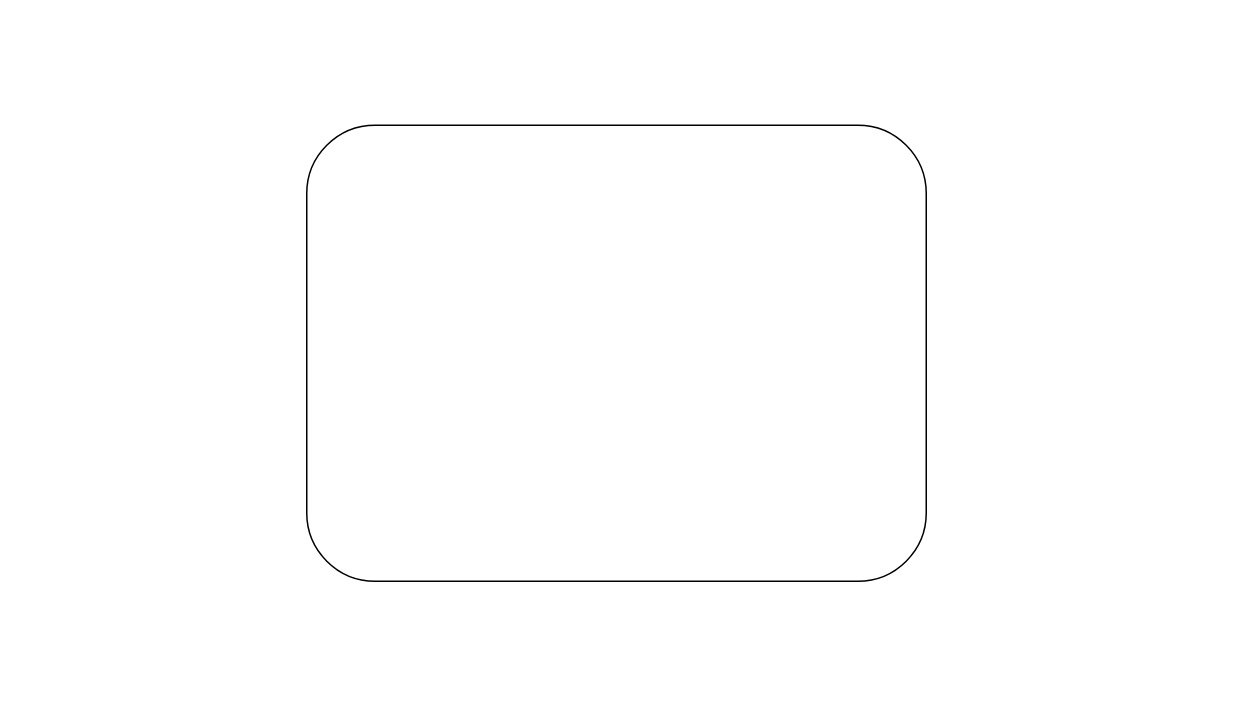
Earlier version of the draw.io diagram Biểu đồ không có tiêu đề.drawio (hyZme/ForIMU). Source tidied: cells renumbered, new cells numbered last; positions are measured from the earlier drawing's top-left corner, leaving out a move shared by most shapes. Both pictures are drawn from the tidied source at 150%, with x=0, y=0 at pixel (306, 124).
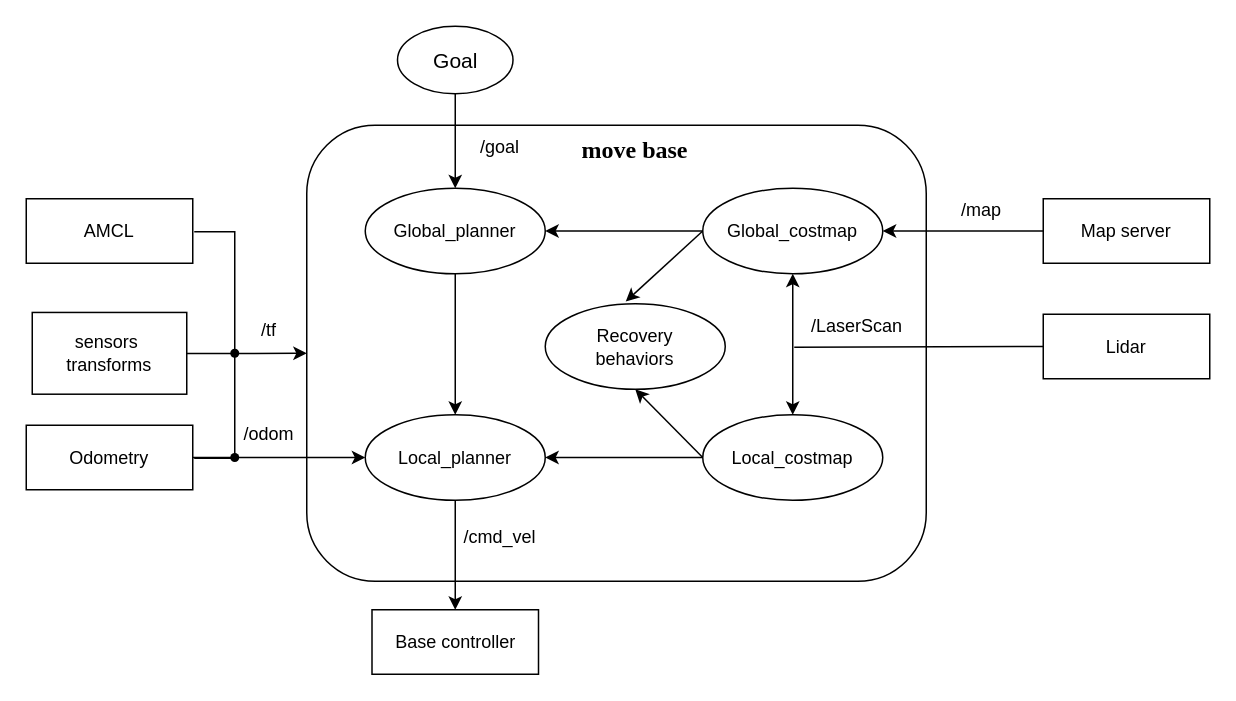
After the change.

The change refers to these unchanged cells:
```xml
<mxCell id="2" style="rounded=1;whiteSpace=wrap;html=1;" parent="1" vertex="1">
  <mxGeometry width="413" height="304" as="geometry" />
</mxCell>
```

What changed in the source:
```diff
@@
+    <mxCell id="3" style="edgeStyle=orthogonalEdgeStyle;rounded=0;jettySize=auto;html=1;" parent="1" edge="1" source="4" target="21">
+      <mxGeometry relative="1" as="geometry" />
+    </mxCell>
+    <mxCell id="4" value="&lt;font style=&quot;font-size: 14px;&quot;&gt;Goal&lt;/font&gt;" style="ellipse;whiteSpace=wrap;html=1;" parent="1" vertex="1">
+      <mxGeometry x="60.5" y="-66" width="77" height="45" as="geometry" />
+    </mxCell>
+    <mxCell id="5" value="&lt;font size=&quot;1&quot; style=&quot;&quot; face=&quot;Times New Roman&quot;&gt;&lt;b style=&quot;font-size: 16px;&quot;&gt;move base&lt;/b&gt;&lt;/font&gt;" style="text;html=1;align=center;verticalAlign=middle;whiteSpace=wrap;rounded=0;" parent="1" vertex="1">
+      <mxGeometry x="167" y="-10" width="104" height="52" as="geometry" />
+    </mxCell>
+    <mxCell id="6" style="edgeStyle=orthogonalEdgeStyle;rounded=0;jettySize=auto;html=1;entryX=1;entryY=0.5;entryDx=0;entryDy=0;" parent="1" edge="1" source="7" target="10">
+      <mxGeometry relative="1" as="geometry" />
+    </mxCell>
+    <mxCell id="7" value="Map server" style="rounded=0;whiteSpace=wrap;html=1;" parent="1" vertex="1">
+      <mxGeometry x="491" y="49" width="111" height="43" as="geometry" />
+    </mxCell>
+    <mxCell id="8" value="/map" style="text;html=1;align=center;verticalAlign=middle;whiteSpace=wrap;rounded=0;" parent="1" vertex="1">
+      <mxGeometry x="420" y="42" width="60" height="30" as="geometry" />
+    </mxCell>
+    <mxCell id="9" style="edgeStyle=orthogonalEdgeStyle;rounded=0;jettySize=auto;html=1;" parent="1" edge="1" source="10" target="21">
+      <mxGeometry relative="1" as="geometry" />
+    </mxCell>
+    <mxCell id="10" value="Global_costmap" style="ellipse;whiteSpace=wrap;html=1;" parent="1" vertex="1">
+      <mxGeometry x="264" y="42" width="120" height="57" as="geometry" />
+    </mxCell>
+    <mxCell id="11" style="edgeStyle=orthogonalEdgeStyle;rounded=0;jettySize=auto;html=1;" parent="1" edge="1" source="12" target="23">
+      <mxGeometry relative="1" as="geometry" />
+    </mxCell>
+    <mxCell id="12" value="Local_costmap" style="ellipse;whiteSpace=wrap;html=1;" parent="1" vertex="1">
+      <mxGeometry x="264" y="193" width="120" height="57" as="geometry" />
+    </mxCell>
+    <mxCell id="13" value="Lidar" style="rounded=0;whiteSpace=wrap;html=1;" parent="1" vertex="1">
+      <mxGeometry x="491" y="126" width="111" height="43" as="geometry" />
+    </mxCell>
+    <mxCell id="14" style="endArrow=classic;startArrow=classic;html=1;rounded=0;entryX=0.5;entryY=1;entryDx=0;entryDy=0;exitX=0.5;exitY=0;exitDx=0;exitDy=0;" parent="1" edge="1" source="12" target="10">
+      <mxGeometry relative="1" as="geometry" />
+    </mxCell>
+    <mxCell id="15" style="endArrow=none;html=1;rounded=0;entryX=0;entryY=0.5;entryDx=0;entryDy=0;" parent="1" edge="1" target="13">
+      <mxGeometry relative="1" as="geometry">
+        <mxPoint x="325" y="148" as="sourcePoint" />
+      </mxGeometry>
+    </mxCell>
+    <mxCell id="16" value="/LaserScan" style="text;html=1;align=center;verticalAlign=middle;whiteSpace=wrap;rounded=0;" parent="1" vertex="1">
+      <mxGeometry x="314" y="119" width="106" height="30" as="geometry" />
+    </mxCell>
+    <mxCell id="17" value="Recovery &lt;br&gt;behaviors" style="ellipse;whiteSpace=wrap;html=1;" parent="1" vertex="1">
+      <mxGeometry x="159" y="119" width="120" height="57" as="geometry" />
+    </mxCell>
+    <mxCell id="18" style="endArrow=classic;html=1;rounded=0;entryX=0.447;entryY=-0.025;entryDx=0;entryDy=0;entryPerimeter=0;exitX=0;exitY=0.5;exitDx=0;exitDy=0;" parent="1" edge="1" source="10" target="17">
+      <mxGeometry relative="1" as="geometry" />
+    </mxCell>
+    <mxCell id="19" style="endArrow=classic;html=1;rounded=0;exitX=0;exitY=0.5;exitDx=0;exitDy=0;entryX=0.5;entryY=1;entryDx=0;entryDy=0;" parent="1" edge="1" source="12" target="17">
+      <mxGeometry relative="1" as="geometry" />
+    </mxCell>
+    <mxCell id="20" style="edgeStyle=orthogonalEdgeStyle;rounded=0;jettySize=auto;html=1;" parent="1" edge="1" source="21" target="23">
+      <mxGeometry relative="1" as="geometry" />
+    </mxCell>
+    <mxCell id="21" value="Global_planner" style="ellipse;whiteSpace=wrap;html=1;" parent="1" vertex="1">
+      <mxGeometry x="39" y="42" width="120" height="57" as="geometry" />
+    </mxCell>
+    <mxCell id="22" style="edgeStyle=orthogonalEdgeStyle;rounded=0;jettySize=auto;html=1;" parent="1" edge="1" source="23" target="24">
+      <mxGeometry relative="1" as="geometry" />
+    </mxCell>
+    <mxCell id="23" value="Local_planner" style="ellipse;whiteSpace=wrap;html=1;" parent="1" vertex="1">
+      <mxGeometry x="39" y="193" width="120" height="57" as="geometry" />
+    </mxCell>
+    <mxCell id="24" value="Base controller" style="rounded=0;whiteSpace=wrap;html=1;" parent="1" vertex="1">
+      <mxGeometry x="43.5" y="323" width="111" height="43" as="geometry" />
+    </mxCell>
+    <mxCell id="25" value="AMCL" style="rounded=0;whiteSpace=wrap;html=1;" parent="1" vertex="1">
+      <mxGeometry x="-187" y="49" width="111" height="43" as="geometry" />
+    </mxCell>
+    <mxCell id="26" style="edgeStyle=orthogonalEdgeStyle;rounded=0;jettySize=auto;html=1;" parent="1" edge="1" source="27" target="2">
+      <mxGeometry relative="1" as="geometry" />
+    </mxCell>
+    <mxCell id="27" value="sensors&amp;nbsp;&lt;br&gt;transforms" style="rounded=0;whiteSpace=wrap;html=1;" parent="1" vertex="1">
+      <mxGeometry x="-183" y="124.8" width="103" height="54.5" as="geometry" />
+    </mxCell>
+    <mxCell id="28" style="edgeStyle=orthogonalEdgeStyle;rounded=0;jettySize=auto;html=1;" parent="1" edge="1" source="29" target="23">
+      <mxGeometry relative="1" as="geometry" />
+    </mxCell>
+    <mxCell id="29" value="Odometry" style="rounded=0;whiteSpace=wrap;html=1;" parent="1" vertex="1">
+      <mxGeometry x="-187" y="200" width="111" height="43" as="geometry" />
+    </mxCell>
+    <mxCell id="30" style="endArrow=none;html=1;rounded=0;" parent="1" edge="1">
+      <mxGeometry relative="1" as="geometry">
+        <mxPoint x="-75" y="222" as="sourcePoint" />
+        <mxPoint x="-75" y="71" as="targetPoint" />
+        <Array as="points">
+          <mxPoint x="-48" y="222" />
+          <mxPoint x="-48" y="71" />
+        </Array>
+      </mxGeometry>
+    </mxCell>
+    <mxCell id="31" value="/tf" style="text;html=1;align=center;verticalAlign=middle;whiteSpace=wrap;rounded=0;" parent="1" vertex="1">
+      <mxGeometry x="-55" y="122" width="60" height="30" as="geometry" />
+    </mxCell>
+    <mxCell id="32" style="shape=waypoint;sketch=0;fillStyle=solid;size=6;fillColor=none;perimeter=centerPerimeter;" parent="1" vertex="1">
+      <mxGeometry x="-58" y="142" width="20" height="20" as="geometry" />
+    </mxCell>
+    <mxCell id="33" style="shape=waypoint;sketch=0;fillStyle=solid;size=6;fillColor=none;perimeter=centerPerimeter;" parent="1" vertex="1">
+      <mxGeometry x="-58" y="211.5" width="20" height="20" as="geometry" />
+    </mxCell>
+    <mxCell id="34" value="/cmd_vel" style="text;html=1;align=center;verticalAlign=middle;whiteSpace=wrap;rounded=0;" parent="1" vertex="1">
+      <mxGeometry x="99" y="260" width="60" height="30" as="geometry" />
+    </mxCell>
+    <mxCell id="35" value="/odom" style="text;html=1;align=center;verticalAlign=middle;whiteSpace=wrap;rounded=0;" parent="1" vertex="1">
+      <mxGeometry x="-55" y="191" width="60" height="30" as="geometry" />
+    </mxCell>
+    <mxCell id="36" value="/goal" style="text;html=1;align=center;verticalAlign=middle;whiteSpace=wrap;rounded=0;" parent="1" vertex="1">
+      <mxGeometry x="99" width="60" height="30" as="geometry" />
+    </mxCell>
```
